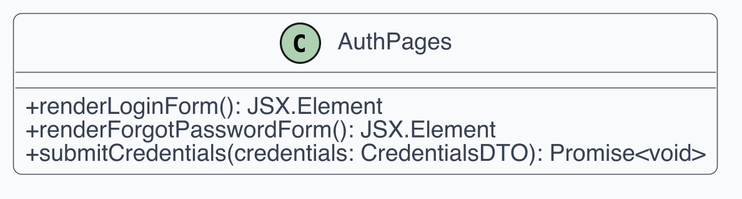
Before: src/PB/Documentazione Esterna/Contenuti/componenti_specifiche_tecniche/assets/uml_frontend/02_authpages.png, a diagram exported from PlantUML (swenightpro/Documentazione). Source of this version:
```plantuml
@startuml
!include _style.iuml
class AuthPages {
  +renderLoginForm(): JSX.Element
  +renderForgotPasswordForm(): JSX.Element
  +submitCredentials(credentials: CredentialsDTO): Promise<void>
}
@enduml
```
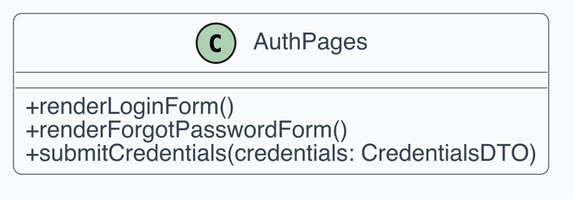
Above is the later version.

Change to the diagram source:
```diff
@@ -1,8 +1,24 @@
 @startuml
-!include _style.iuml
-class AuthPages {
-  +renderLoginForm(): JSX.Element
-  +renderForgotPasswordForm(): JSX.Element
-  +submitCredentials(credentials: CredentialsDTO): Promise<void>
+skinparam dpi 300
+skinparam shadowing false
+skinparam backgroundColor White
+skinparam defaultFontName Helvetica
+skinparam defaultFontSize 12
+skinparam ArrowColor #4B5563
+skinparam ArrowThickness 1
+skinparam roundcorner 8
+skinparam class {
+  BackgroundColor #F9FAFB
+  BorderColor #4B5563
+  FontColor #111827
+  AttributeFontColor #374151
+  StereotypeFontColor #6B7280
+}
+skinparam classAttributeIconSize 0
+
+class "AuthPages" as C1 {
+  + renderLoginForm()
+  + renderForgotPasswordForm()
+  + submitCredentials(credentials: CredentialsDTO)
 }
 @enduml
```
